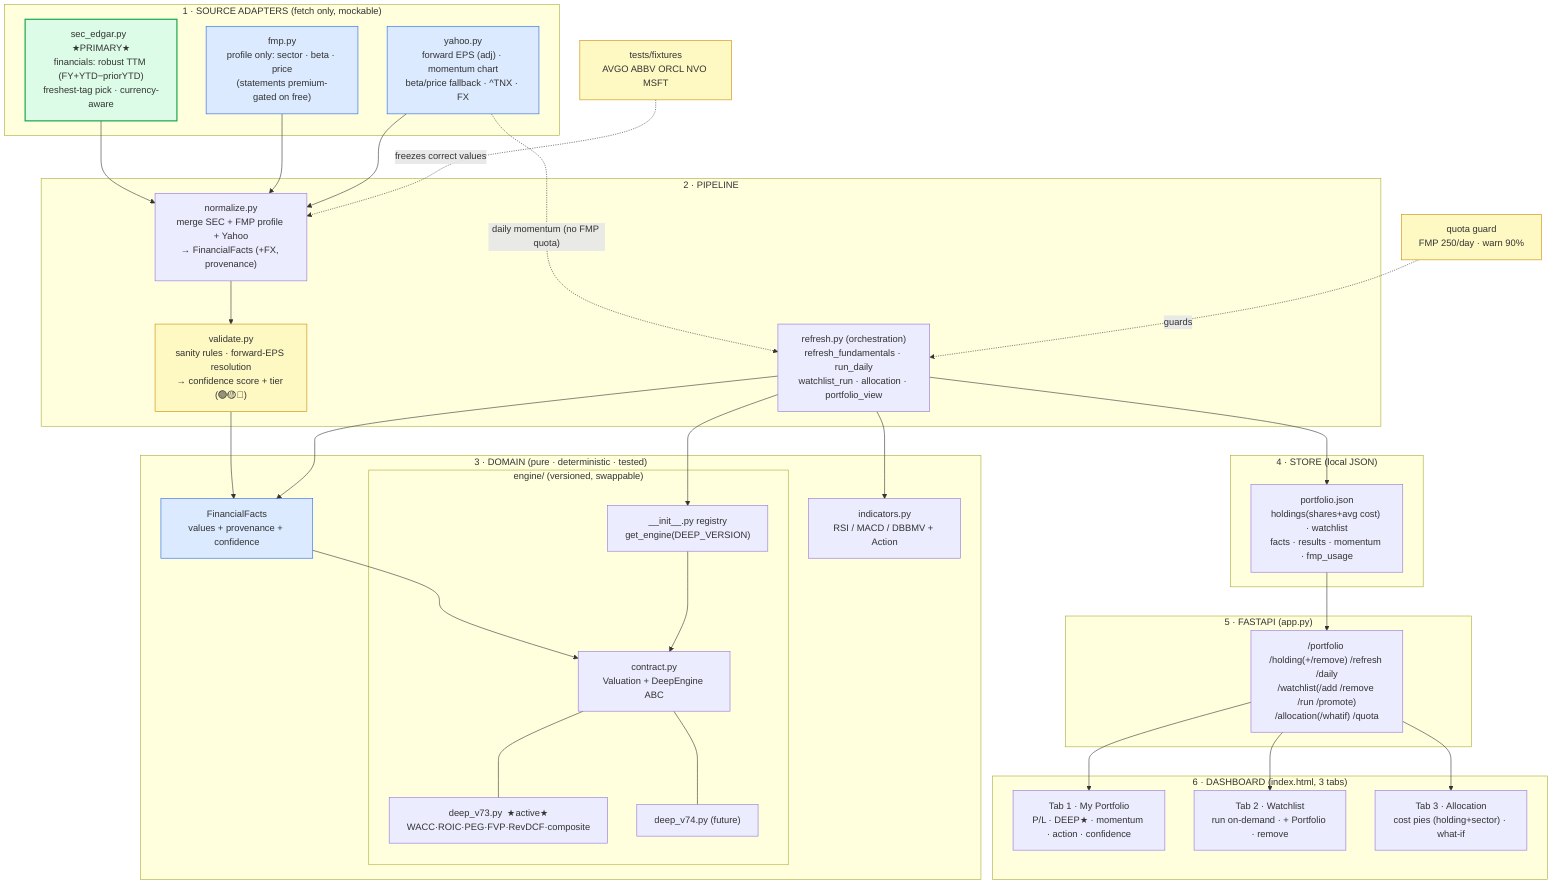
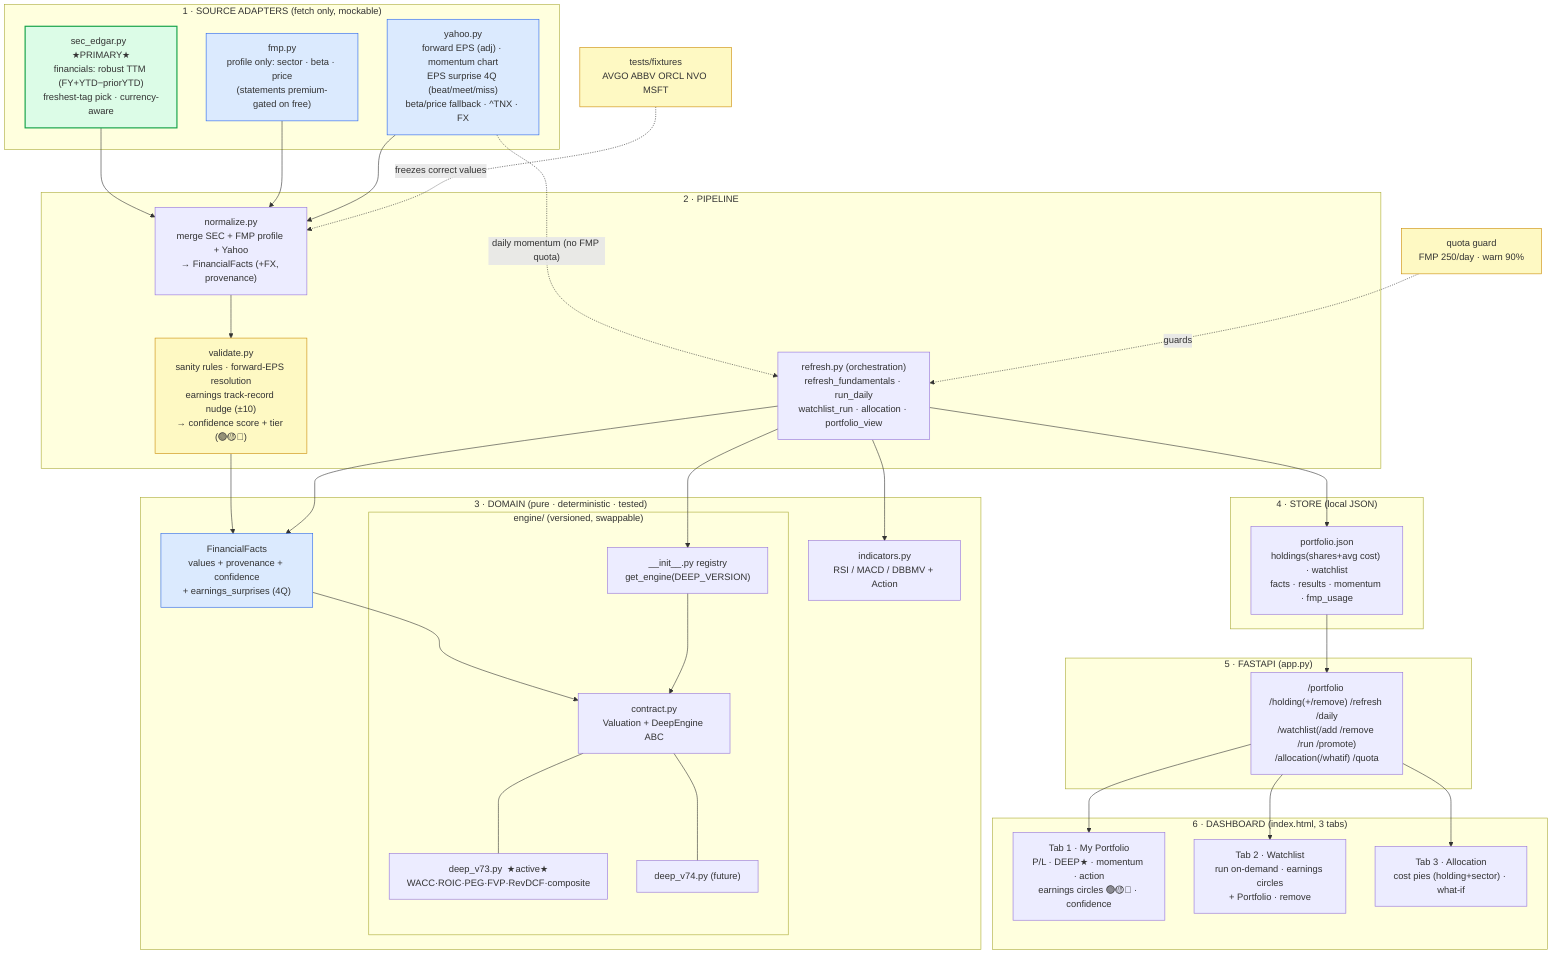
flowchart TD
    subgraph SRC["1 · SOURCE ADAPTERS  (fetch only, mockable)"]
        SEC["sec_edgar.py  ★PRIMARY★<br/>financials: robust TTM (FY+YTD−priorYTD)<br/>freshest-tag pick · currency-aware"]
        FMP["fmp.py<br/>profile only: sector · beta · price<br/>(statements premium-gated on free)"]
-         YH["yahoo.py<br/>forward EPS (adj) · momentum chart<br/>beta/price fallback · ^TNX · FX"]
+         YH["yahoo.py<br/>forward EPS (adj) · momentum chart<br/>EPS surprise 4Q (beat/meet/miss)<br/>beta/price fallback · ^TNX · FX"]
    end

    subgraph PIPE["2 · PIPELINE"]
        NORM["normalize.py<br/>merge SEC + FMP profile + Yahoo<br/>→ FinancialFacts (+FX, provenance)"]
-         VAL["validate.py<br/>sanity rules · forward-EPS resolution<br/>→ confidence score + tier (🟢🟡🔴)"]
+         VAL["validate.py<br/>sanity rules · forward-EPS resolution<br/>earnings track-record nudge (±10)<br/>→ confidence score + tier (🟢🟡🔴)"]
        REF["refresh.py (orchestration)<br/>refresh_fundamentals · run_daily<br/>watchlist_run · allocation · portfolio_view"]
    end

    subgraph DOM["3 · DOMAIN  (pure · deterministic · tested)"]
-         FACTS["FinancialFacts<br/>values + provenance + confidence"]
+         FACTS["FinancialFacts<br/>values + provenance + confidence<br/>+ earnings_surprises (4Q)"]
        IND["indicators.py<br/>RSI / MACD / DBBMV + Action"]
        subgraph ENG["engine/  (versioned, swappable)"]
            CON["contract.py<br/>Valuation + DeepEngine ABC"]
            V73["deep_v73.py  ★active★<br/>WACC·ROIC·PEG·FVP·RevDCF·composite"]
            V74["deep_v74.py  (future)"]
            REG["__init__.py registry<br/>get_engine(DEEP_VERSION)"]
        end
    end

    subgraph STORE["4 · STORE  (local JSON)"]
        PORT["portfolio.json<br/>holdings(shares+avg cost) · watchlist<br/>facts · results · momentum · fmp_usage"]
    end

    subgraph API["5 · FASTAPI (app.py)"]
        EP["/portfolio /holding(+/remove) /refresh /daily<br/>/watchlist(/add /remove /run /promote)<br/>/allocation(/whatif) /quota"]
    end

    subgraph UI["6 · DASHBOARD (index.html, 3 tabs)"]
-         T1["Tab 1 · My Portfolio<br/>P/L · DEEP★ · momentum · action · confidence"]
-         T2["Tab 2 · Watchlist<br/>run on-demand · + Portfolio · remove"]
+         T1["Tab 1 · My Portfolio<br/>P/L · DEEP★ · momentum · action<br/>earnings circles 🟢🟡🔴 · confidence"]
+         T2["Tab 2 · Watchlist<br/>run on-demand · earnings circles<br/>+ Portfolio · remove"]
        T3["Tab 3 · Allocation<br/>cost pies (holding+sector) · what-if"]
    end

    SEC --> NORM
    FMP --> NORM
    YH --> NORM
    NORM --> VAL --> FACTS
    FACTS --> CON
    CON --- V73
    CON --- V74
    REG --> CON
    REF --> FACTS
    REF --> IND
    REF --> REG
    REF --> PORT
    PORT --> EP
    EP --> T1
    EP --> T2
    EP --> T3
    YH -. daily momentum (no FMP quota) .-> REF
    QUOTA["quota guard<br/>FMP 250/day · warn 90%"]
    QUOTA -. guards .-> REF
    FIX["tests/fixtures<br/>AVGO ABBV ORCL NVO MSFT"]
    FIX -. freezes correct values .-> NORM

    classDef primary fill:#dcfce7,stroke:#16a34a,stroke-width:2px;
    classDef data fill:#dbeafe,stroke:#2563eb;
    classDef guard fill:#fef9c3,stroke:#ca8a04;
    class SEC primary;
    class FMP,YH,FACTS data;
    class VAL,QUOTA,FIX guard;
